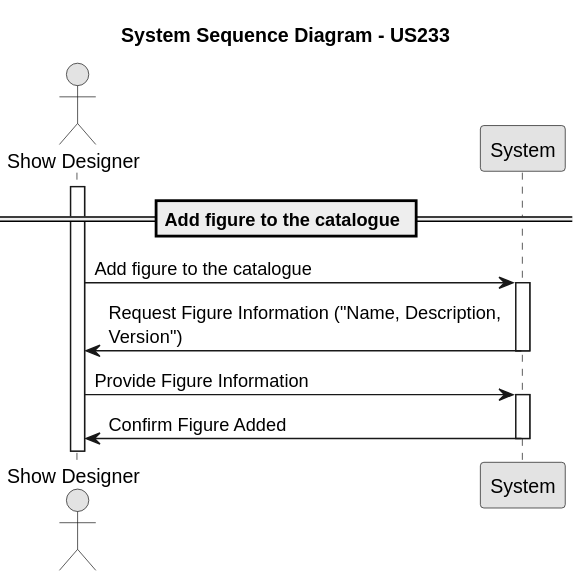
The PlantUML diagram docs/Sprint2/us_231/images/system-sequence-diagram-US231.svg in rubenFreitas1/ISEP-LAPR4-2024-2025, before a commit. Source of this version:
```plantuml
@startuml
skinparam monochrome true
skinparam packageStyle rectangle
skinparam shadowing false

actor "Show Designer" as showDesigner
participant "System" as system

title System Sequence Diagram - US233

== Add figure to the catalogue ==
activate showDesigner

showDesigner -> system : Add figure to the catalogue
activate system

system -> showDesigner : Request Figure Information ("Name, Description, \nVersion")
deactivate system
showDesigner -> system : Provide Figure Information

activate system

system -> showDesigner : Confirm Figure Added
deactivate system
@enduml
```
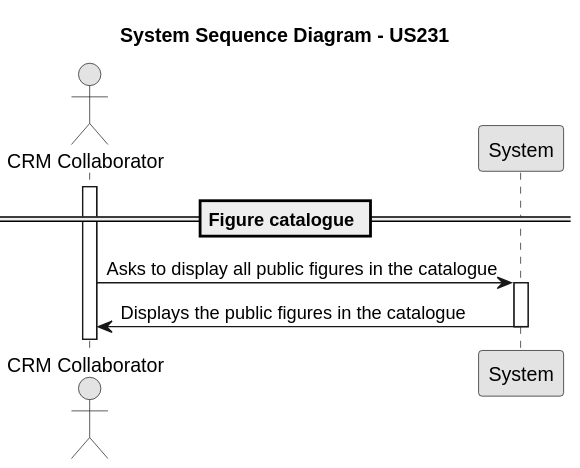
After the change.

The edit, as a diff of the source:
```diff
@@ -3,23 +3,18 @@
 skinparam packageStyle rectangle
 skinparam shadowing false
 
-actor "Show Designer" as showDesigner
+actor "CRM Collaborator" as crmCollaborator
 participant "System" as system
 
-title System Sequence Diagram - US233
+title System Sequence Diagram - US231
 
-== Add figure to the catalogue ==
-activate showDesigner
+== Figure catalogue ==
+    activate crmCollaborator
 
-showDesigner -> system : Add figure to the catalogue
-activate system
+        crmCollaborator -> system : Asks to display all public figures in the catalogue
+        activate system
 
-system -> showDesigner : Request Figure Information ("Name, Description, \nVersion")
-deactivate system
-showDesigner -> system : Provide Figure Information
+            system -> crmCollaborator : Displays the public figures in the catalogue
+        deactivate system
 
-activate system
-
-system -> showDesigner : Confirm Figure Added
-deactivate system
 @enduml
```
